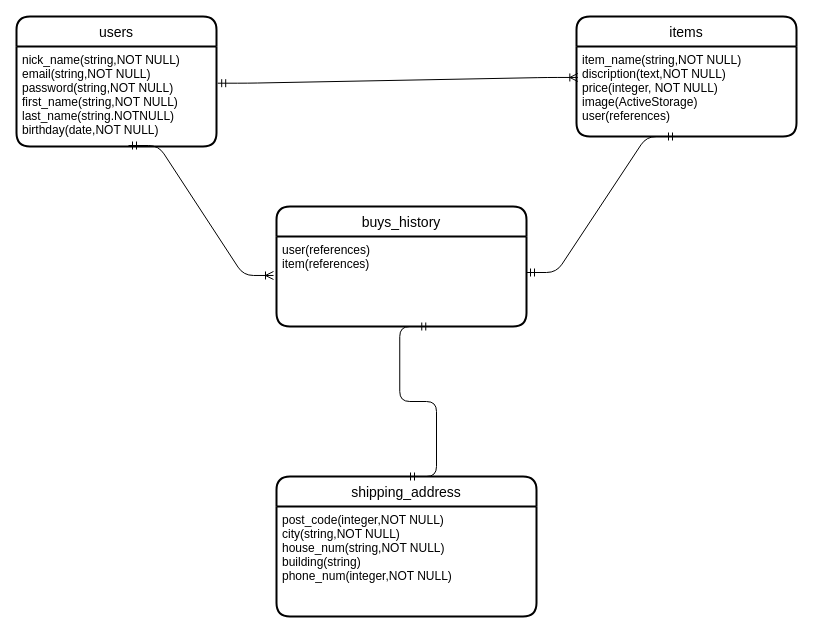
lavie666/furima-35232 keeps this draw.io diagram as config/furima.dio. Above is the earlier version. Source tidied: cells renumbered, new cells numbered last; positions are measured from the earlier drawing's top-left corner, leaving out a move shared by most shapes. Both pictures are drawn from the tidied source at 100%, with x=0, y=0 at pixel (16, 16).
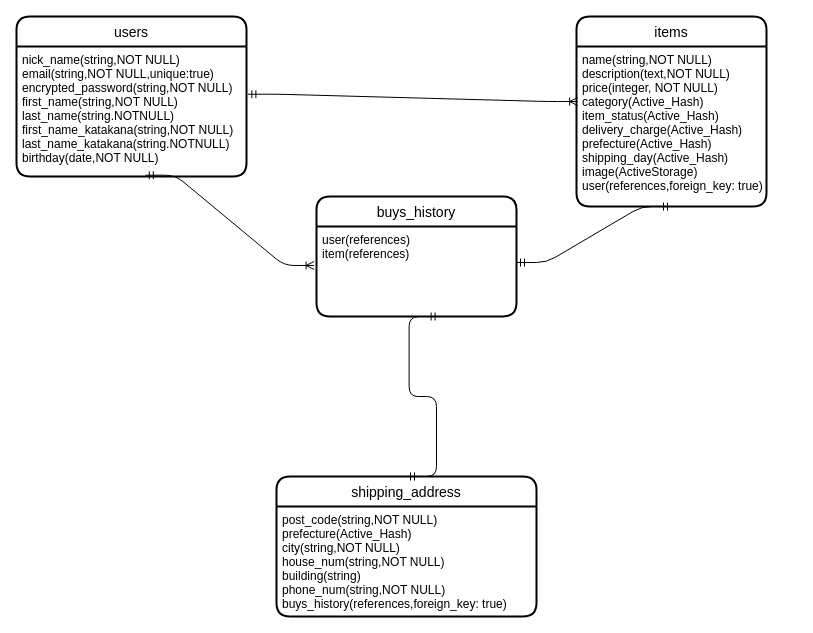
After the change.

Commit message (it also covers changes not shown here):
ER図、READ ME修正

What changed in the source:
```diff
@@
 <mxGraphModel background="#FFFFFF">
   <root>
     <mxCell id="0" />
     <mxCell id="1" parent="0" />
     <mxCell id="2" value="users" style="swimlane;horizontal=1;startSize=30;rounded=1;fontSize=14;fontStyle=0;strokeWidth=2;shadow=0;dashed=0;align=center;fillColor=none;" parent="1" vertex="1">
-      <mxGeometry width="200" height="130" as="geometry" />
+      <mxGeometry width="230" height="160" as="geometry" />
     </mxCell>
-    <mxCell id="3" value="nick_name(string,NOT NULL)&#10;email(string,NOT NULL)&#10;password(string,NOT NULL)&#10;first_name(string,NOT NULL)&#10;last_name(string.NOTNULL)&#10;birthday(date,NOT NULL)" style="align=left;strokeColor=none;fillColor=none;spacingLeft=4;fontSize=12;verticalAlign=top;" parent="2" vertex="1">
-      <mxGeometry y="30" width="200" height="100" as="geometry" />
+    <mxCell id="3" value="nick_name(string,NOT NULL)&#10;email(string,NOT NULL,unique:true)&#10;encrypted_password(string,NOT NULL)&#10;first_name(string,NOT NULL)&#10;last_name(string.NOTNULL)&#10;first_name_katakana(string,NOT NULL)&#10;last_name_katakana(string.NOTNULL)&#10;birthday(date,NOT NULL)" style="align=left;strokeColor=none;fillColor=none;spacingLeft=4;fontSize=12;verticalAlign=top;" parent="2" vertex="1">
+      <mxGeometry y="30" width="230" height="130" as="geometry" />
     </mxCell>
     <mxCell id="4" value="items" style="swimlane;horizontal=1;startSize=30;rounded=1;fontSize=14;fontStyle=0;strokeWidth=2;shadow=0;dashed=0;align=center;fillColor=none;" parent="1" vertex="1">
-      <mxGeometry x="560" width="220" height="120" as="geometry" />
+      <mxGeometry x="560" width="190" height="190" as="geometry" />
     </mxCell>
-    <mxCell id="5" value="item_name(string,NOT NULL)&#10;discription(text,NOT NULL)&#10;price(integer, NOT NULL)&#10;image(ActiveStorage)&#10;user(references)" style="align=left;strokeColor=none;fillColor=none;spacingLeft=4;fontSize=12;verticalAlign=top;" parent="4" vertex="1">
-      <mxGeometry y="30" width="220" height="90" as="geometry" />
+    <mxCell id="5" value="name(string,NOT NULL)&#10;description(text,NOT NULL)&#10;price(integer, NOT NULL)&#10;category(Active_Hash)&#10;item_status(Active_Hash)&#10;delivery_charge(Active_Hash)&#10;prefecture(Active_Hash)&#10;shipping_day(Active_Hash)&#10;image(ActiveStorage)&#10;user(references,foreign_key: true)" style="align=left;strokeColor=none;fillColor=none;spacingLeft=4;fontSize=12;verticalAlign=top;" parent="4" vertex="1">
+      <mxGeometry y="30" width="190" height="160" as="geometry" />
     </mxCell>
     <mxCell id="6" value="buys_history" style="swimlane;horizontal=1;startSize=30;rounded=1;fontSize=14;fontStyle=0;strokeWidth=2;shadow=0;dashed=0;align=center;fillColor=none;" parent="1" vertex="1">
-      <mxGeometry x="260" y="190" width="250" height="120" as="geometry" />
+      <mxGeometry x="300" y="180" width="200" height="120" as="geometry" />
     </mxCell>
     <mxCell id="7" value="user(references)&#10;item(references)" style="align=left;strokeColor=none;fillColor=none;spacingLeft=4;fontSize=12;verticalAlign=top;" parent="6" vertex="1">
-      <mxGeometry y="30" width="250" height="90" as="geometry" />
+      <mxGeometry y="30" width="200" height="90" as="geometry" />
     </mxCell>
     <mxCell id="8" value="shipping_address" style="swimlane;horizontal=1;startSize=30;rounded=1;fontSize=14;fontStyle=0;strokeWidth=2;shadow=0;dashed=0;align=center;fillColor=none;" parent="1" vertex="1">
       <mxGeometry x="260" y="460" width="260" height="140" as="geometry" />
     </mxCell>
-    <mxCell id="9" value="post_code(integer,NOT NULL)&#10;city(string,NOT NULL)&#10;house_num(string,NOT NULL)&#10;building(string)&#10;phone_num(integer,NOT NULL)" style="align=left;strokeColor=none;fillColor=none;spacingLeft=4;fontSize=12;verticalAlign=top;" parent="8" vertex="1">
+    <mxCell id="9" value="post_code(string,NOT NULL)&#10;prefecture(Active_Hash)&#10;city(string,NOT NULL)&#10;house_num(string,NOT NULL)&#10;building(string)&#10;phone_num(string,NOT NULL)&#10;buys_history(references,foreign_key: true)" style="align=left;strokeColor=none;fillColor=none;spacingLeft=4;fontSize=12;verticalAlign=top;" parent="8" vertex="1">
       <mxGeometry y="30" width="260" height="110" as="geometry" />
     </mxCell>
     <mxCell id="10" style="edgeStyle=entityRelationEdgeStyle;fontSize=12;html=1;endArrow=ERoneToMany;startArrow=ERmandOne;entryX=0.006;entryY=0.344;entryDx=0;entryDy=0;entryPerimeter=0;exitX=1.006;exitY=0.367;exitDx=0;exitDy=0;exitPerimeter=0;" parent="1" edge="1" source="3" target="5">
       <mxGeometry relative="1" as="geometry" />
     </mxCell>
     <mxCell id="11" style="edgeStyle=entityRelationEdgeStyle;fontSize=12;html=1;endArrow=ERoneToMany;startArrow=ERmandOne;entryX=-0.012;entryY=0.433;entryDx=0;entryDy=0;entryPerimeter=0;exitX=0.56;exitY=0.99;exitDx=0;exitDy=0;exitPerimeter=0;" parent="1" edge="1" source="3" target="7">
       <mxGeometry relative="1" as="geometry" />
     </mxCell>
-    <mxCell id="12" style="edgeStyle=entityRelationEdgeStyle;fontSize=12;html=1;endArrow=ERmandOne;startArrow=ERmandOne;exitX=1;exitY=0.4;exitDx=0;exitDy=0;exitPerimeter=0;" parent="1" edge="1" source="7">
-      <mxGeometry relative="1" as="geometry">
-        <mxPoint x="660" y="120" as="targetPoint" />
-      </mxGeometry>
+    <mxCell id="12" style="edgeStyle=entityRelationEdgeStyle;fontSize=12;html=1;endArrow=ERmandOne;startArrow=ERmandOne;exitX=1;exitY=0.4;exitDx=0;exitDy=0;exitPerimeter=0;entryX=0.5;entryY=1;entryDx=0;entryDy=0;" parent="1" edge="1" source="7" target="5">
+      <mxGeometry relative="1" as="geometry" />
     </mxCell>
     <mxCell id="13" style="edgeStyle=entityRelationEdgeStyle;fontSize=12;html=1;endArrow=ERmandOne;startArrow=ERmandOne;entryX=0.613;entryY=1;entryDx=0;entryDy=0;entryPerimeter=0;" parent="1" edge="1" target="7">
       <mxGeometry relative="1" as="geometry">
         <mxPoint x="390" y="460" as="sourcePoint" />
       </mxGeometry>
     </mxCell>
   </root>
 </mxGraphModel>
```
